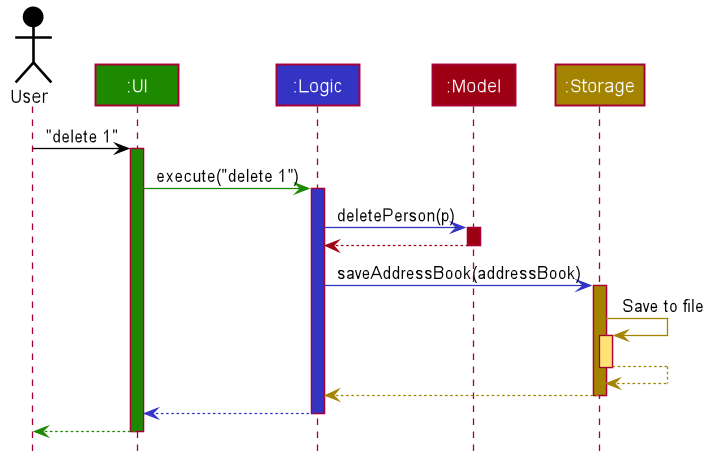
nus-cs2103-AY2223S1/tp keeps this PlantUML diagram as docs/images/ArchitectureSequenceDiagram.png. Above is the earlier version. Its diagram source:
```plantuml
@startuml








skinparam BackgroundColor #FFFFFFF

skinparam Shadowing false

skinparam Class {
    FontColor #FFFFFF
    BorderThickness 1
    BorderColor #FFFFFF
    StereotypeFontColor #FFFFFF
    FontName Arial
}

skinparam Actor {
    BorderColor #000000
    Color #000000
    FontName Arial
}

skinparam Sequence {
    MessageAlign center
    BoxFontSize 15
    BoxPadding 0
    BoxFontColor #FFFFFF
    FontName Arial
}

skinparam Participant {
    FontColor #FFFFFFF
    Padding 20
}

skinparam MinClassWidth 50
skinparam ParticipantPadding 10
skinparam Shadowing false
skinparam DefaultTextAlignment center
skinparam packageStyle Rectangle

hide footbox
hide members
hide circle

Actor User as user #000000
Participant ":UI" as ui #1D8900
Participant ":Logic" as logic #3333C4
Participant ":Model" as model #9D0012
Participant ":Storage" as storage #A38300

user -[#000000]> ui : "delete 1"
activate ui #1D8900

ui -[#1D8900]> logic : execute("delete 1")
activate logic #3333C4

logic -[#3333C4]> model : deletePerson(p)
activate model #9D0012

model -[#9D0012]-> logic
deactivate model

logic -[#3333C4]> storage : saveAddressBook(addressBook)
activate storage #A38300

storage -[#A38300]> storage : Save to file
activate storage #FFE374
storage --[#A38300]> storage
deactivate storage

storage --[#A38300]> logic
deactivate storage

logic --[#3333C4]> ui
deactivate logic

ui--[#1D8900]> user
deactivate ui
@enduml
```
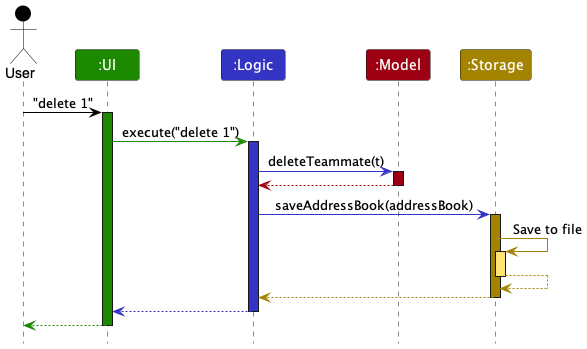
After the change.

The edit, as a diff of the source:
```diff
@@ -1,85 +1,38 @@
 @startuml
+!include style.puml
 
+Actor User as user USER_COLOR
+Participant ":UI" as ui UI_COLOR
+Participant ":Logic" as logic LOGIC_COLOR
+Participant ":Model" as model MODEL_COLOR
+Participant ":Storage" as storage STORAGE_COLOR
 
+user -[USER_COLOR]> ui : "delete 1"
+activate ui UI_COLOR
 
+ui -[UI_COLOR]> logic : execute("delete 1")
+activate logic LOGIC_COLOR
 
+logic -[LOGIC_COLOR]> model : deleteTeammate(t)
+activate model MODEL_COLOR
 
-
-
-
-skinparam BackgroundColor #FFFFFFF
-
-skinparam Shadowing false
-
-skinparam Class {
-    FontColor #FFFFFF
-    BorderThickness 1
-    BorderColor #FFFFFF
-    StereotypeFontColor #FFFFFF
-    FontName Arial
-}
-
-skinparam Actor {
-    BorderColor #000000
-    Color #000000
-    FontName Arial
-}
-
-skinparam Sequence {
-    MessageAlign center
-    BoxFontSize 15
-    BoxPadding 0
-    BoxFontColor #FFFFFF
-    FontName Arial
-}
-
-skinparam Participant {
-    FontColor #FFFFFFF
-    Padding 20
-}
-
-skinparam MinClassWidth 50
-skinparam ParticipantPadding 10
-skinparam Shadowing false
-skinparam DefaultTextAlignment center
-skinparam packageStyle Rectangle
-
-hide footbox
-hide members
-hide circle
-
-Actor User as user #000000
-Participant ":UI" as ui #1D8900
-Participant ":Logic" as logic #3333C4
-Participant ":Model" as model #9D0012
-Participant ":Storage" as storage #A38300
-
-user -[#000000]> ui : "delete 1"
-activate ui #1D8900
-
-ui -[#1D8900]> logic : execute("delete 1")
-activate logic #3333C4
-
-logic -[#3333C4]> model : deletePerson(p)
-activate model #9D0012
-
-model -[#9D0012]-> logic
+model -[MODEL_COLOR]-> logic
 deactivate model
 
-logic -[#3333C4]> storage : saveAddressBook(addressBook)
-activate storage #A38300
+logic -[LOGIC_COLOR]> storage : saveAddressBook(addressBook)
+activate storage STORAGE_COLOR
 
-storage -[#A38300]> storage : Save to file
-activate storage #FFE374
-storage --[#A38300]> storage
+storage -[STORAGE_COLOR]> storage : Save to file
+activate storage STORAGE_COLOR_T1
+storage --[STORAGE_COLOR]> storage
 deactivate storage
 
-storage --[#A38300]> logic
+storage --[STORAGE_COLOR]> logic
 deactivate storage
 
-logic --[#3333C4]> ui
+logic --[LOGIC_COLOR]> ui
 deactivate logic
 
-ui--[#1D8900]> user
+ui--[UI_COLOR]> user
 deactivate ui
 @enduml
```
